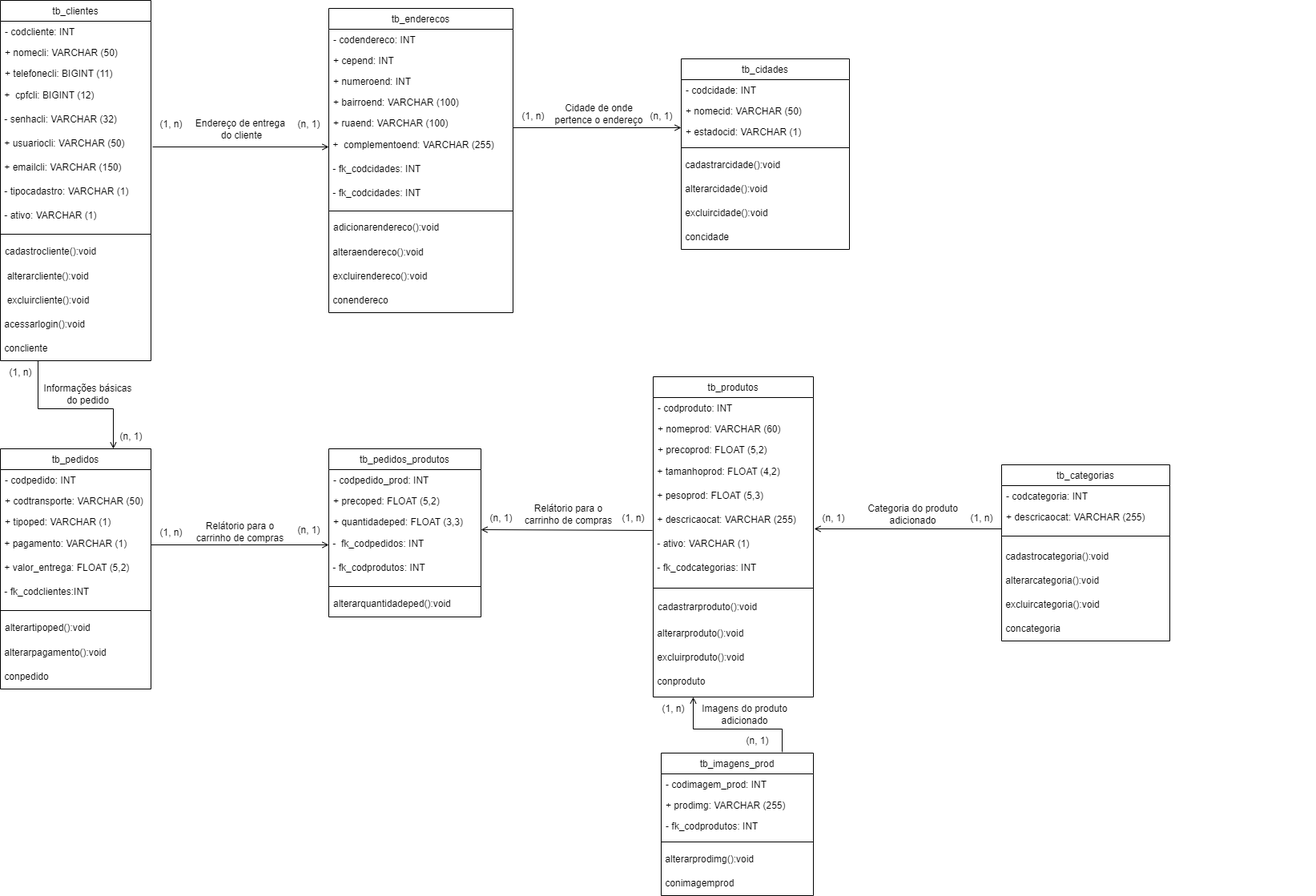
This is diagrama de classe.drawio.png from LukaPaganoti/TCC-CEEP, a draw.io export, as it was before one commit. Source tidied: cells renumbered, new cells last; positions are measured from the earlier drawing's top-left corner, leaving out a move shared by most shapes.
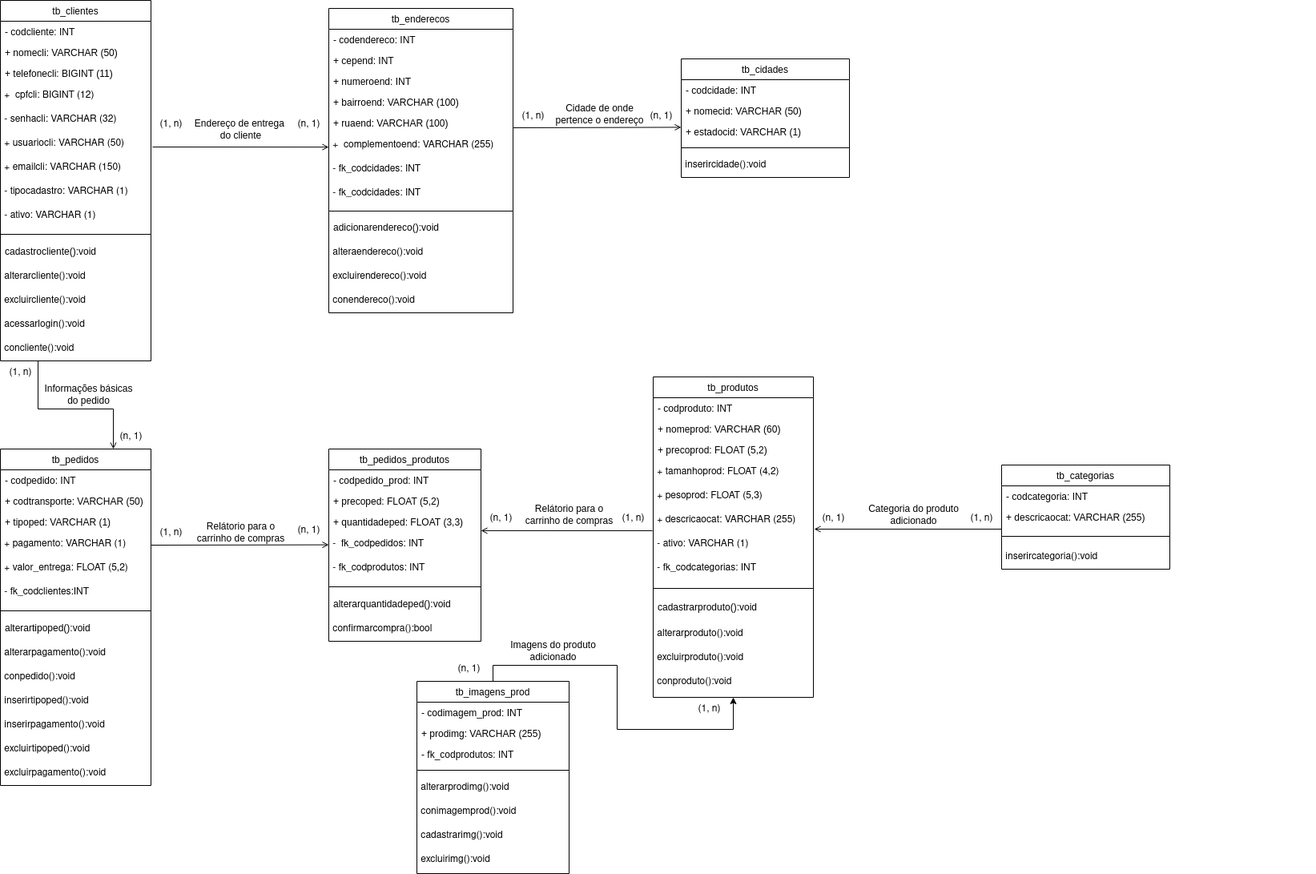
Later version of the same file.

Change to the diagram source:
```diff
@@ -38,16 +38,16 @@
     <mxCell id="13" value="cadastrocliente():void" style="text;align=left;verticalAlign=top;spacingLeft=4;spacingRight=4;overflow=hidden;fontFamily=Arial;" parent="2" vertex="1">
       <mxGeometry y="300" width="188" height="30" as="geometry" />
     </mxCell>
-    <mxCell id="14" value="&amp;nbsp; alterarcliente():void" style="text;html=1;align=left;verticalAlign=middle;strokeColor=none;fillColor=none;" parent="2" vertex="1">
+    <mxCell id="14" value="&amp;nbsp;alterarcliente():void" style="text;html=1;align=left;verticalAlign=middle;strokeColor=none;fillColor=none;" parent="2" vertex="1">
       <mxGeometry y="330" width="188" height="30" as="geometry" />
     </mxCell>
-    <mxCell id="15" value="&amp;nbsp; excluircliente():void" style="text;html=1;align=left;verticalAlign=middle;strokeColor=none;fillColor=none;" parent="2" vertex="1">
+    <mxCell id="15" value="&amp;nbsp;excluircliente():void" style="text;html=1;align=left;verticalAlign=middle;strokeColor=none;fillColor=none;" parent="2" vertex="1">
       <mxGeometry y="360" width="188" height="30" as="geometry" />
     </mxCell>
     <mxCell id="16" value="&amp;nbsp;acessarlogin():void" style="text;html=1;align=left;verticalAlign=middle;strokeColor=none;fillColor=none;" parent="2" vertex="1">
       <mxGeometry y="390" width="188" height="30" as="geometry" />
     </mxCell>
-    <mxCell id="17" value="&amp;nbsp;concliente" style="text;html=1;align=left;verticalAlign=middle;strokeColor=none;fillColor=none;" parent="2" vertex="1">
+    <mxCell id="17" value="&amp;nbsp;concliente():void" style="text;html=1;align=left;verticalAlign=middle;strokeColor=none;fillColor=none;" parent="2" vertex="1">
       <mxGeometry y="420" width="188" height="30" as="geometry" />
     </mxCell>
     <mxCell id="18" value="tb_enderecos" style="swimlane;fontStyle=0;align=center;verticalAlign=top;horizontal=1;startSize=26;rounded=0;shadow=0;strokeWidth=1;fontFamily=Arial;" parent="1" vertex="1">
@@ -89,7 +89,7 @@
     <mxCell id="30" value="&amp;nbsp;excluirendereco():void" style="text;html=1;align=left;verticalAlign=middle;strokeColor=none;fillColor=none;" parent="18" vertex="1">
       <mxGeometry y="320" width="230" height="30" as="geometry" />
     </mxCell>
-    <mxCell id="31" value="&amp;nbsp;conendereco" style="text;html=1;align=left;verticalAlign=middle;strokeColor=none;fillColor=none;" parent="18" vertex="1">
+    <mxCell id="31" value="&amp;nbsp;conendereco():void" style="text;html=1;align=left;verticalAlign=middle;strokeColor=none;fillColor=none;" parent="18" vertex="1">
       <mxGeometry y="350" width="230" height="30" as="geometry" />
     </mxCell>
     <mxCell id="32" style="endArrow=open;shadow=0;strokeWidth=1;rounded=0;endFill=1;edgeStyle=elbowEdgeStyle;elbow=vertical;fontFamily=Arial;exitX=1.011;exitY=0.633;exitDx=0;exitDy=0;exitPerimeter=0;" parent="1" edge="1" source="8" target="18">
@@ -114,7 +114,7 @@
       <mxGeometry x="360" y="140" width="50" height="30" as="geometry" />
     </mxCell>
     <mxCell id="37" value="tb_cidades" style="swimlane;fontStyle=0;align=center;verticalAlign=top;horizontal=1;startSize=26;rounded=0;shadow=0;strokeWidth=1;fontFamily=Arial;" parent="1" vertex="1">
-      <mxGeometry x="850" y="73" width="210" height="238" as="geometry" />
+      <mxGeometry x="850" y="73" width="210" height="148" as="geometry" />
     </mxCell>
     <mxCell id="38" value="- codcidade: INT" style="text;align=left;verticalAlign=top;spacingLeft=4;spacingRight=4;overflow=hidden;fontFamily=Arial;" parent="37" vertex="1">
       <mxGeometry y="26" width="210" height="26" as="geometry" />
@@ -128,18 +128,9 @@
     <mxCell id="41" style="line;html=1;strokeWidth=1;align=left;verticalAlign=middle;spacingTop=-1;spacingLeft=3;spacingRight=3;labelPosition=right;fontFamily=Arial;" parent="37" vertex="1">
       <mxGeometry y="104" width="210" height="14" as="geometry" />
     </mxCell>
-    <mxCell id="42" value="&amp;nbsp;cadastrarcidade():void" style="text;html=1;align=left;verticalAlign=middle;strokeColor=none;fillColor=none;" parent="37" vertex="1">
+    <mxCell id="42" value="&amp;nbsp;inserircidade():void" style="text;html=1;align=left;verticalAlign=middle;strokeColor=none;fillColor=none;" parent="37" vertex="1">
       <mxGeometry y="118" width="210" height="30" as="geometry" />
     </mxCell>
-    <mxCell id="43" value="&amp;nbsp;alterarcidade():void" style="text;html=1;align=left;verticalAlign=middle;strokeColor=none;fillColor=none;" parent="37" vertex="1">
-      <mxGeometry y="148" width="210" height="30" as="geometry" />
-    </mxCell>
-    <mxCell id="44" value="&amp;nbsp;excluircidade():void" style="text;html=1;align=left;verticalAlign=middle;strokeColor=none;fillColor=none;" parent="37" vertex="1">
-      <mxGeometry y="178" width="210" height="30" as="geometry" />
-    </mxCell>
-    <mxCell id="45" value="&amp;nbsp;concidade" style="text;html=1;align=left;verticalAlign=middle;strokeColor=none;fillColor=none;" parent="37" vertex="1">
-      <mxGeometry y="208" width="210" height="30" as="geometry" />
-    </mxCell>
     <mxCell id="46" value="(1, n)" style="text;html=1;align=center;verticalAlign=middle;strokeColor=none;fillColor=none;" parent="1" vertex="1">
       <mxGeometry x="640" y="130" width="50" height="30" as="geometry" />
     </mxCell>
@@ -152,7 +143,7 @@
       </mxGeometry>
     </mxCell>
     <mxCell id="49" value="tb_pedidos" style="swimlane;fontStyle=0;align=center;verticalAlign=top;horizontal=1;startSize=26;rounded=0;shadow=0;strokeWidth=1;fontFamily=Arial;" parent="1" vertex="1">
-      <mxGeometry y="560" width="188" height="300" as="geometry" />
+      <mxGeometry y="560" width="188" height="420" as="geometry" />
     </mxCell>
     <mxCell id="50" value="- codpedido: INT" style="text;align=left;verticalAlign=top;spacingLeft=4;spacingRight=4;overflow=hidden;fontFamily=Arial;" parent="49" vertex="1">
       <mxGeometry y="26" width="188" height="26" as="geometry" />
@@ -181,9 +172,21 @@
     <mxCell id="58" value="&amp;nbsp;alterarpagamento():void" style="text;html=1;align=left;verticalAlign=middle;strokeColor=none;fillColor=none;" parent="49" vertex="1">
       <mxGeometry y="240" width="188" height="30" as="geometry" />
     </mxCell>
-    <mxCell id="59" value="&amp;nbsp;conpedido" style="text;html=1;align=left;verticalAlign=middle;strokeColor=none;fillColor=none;" parent="49" vertex="1">
+    <mxCell id="59" value="&amp;nbsp;conpedido():void" style="text;html=1;align=left;verticalAlign=middle;strokeColor=none;fillColor=none;" parent="49" vertex="1">
       <mxGeometry y="270" width="188" height="30" as="geometry" />
     </mxCell>
+    <mxCell id="124" value="&lt;div align=&quot;left&quot;&gt;&amp;nbsp;inserirtipoped():void&lt;/div&gt;" style="text;html=1;align=left;verticalAlign=middle;strokeColor=none;fillColor=none;" parent="49" vertex="1">
+      <mxGeometry y="300" width="188" height="30" as="geometry" />
+    </mxCell>
+    <mxCell id="125" value="&lt;div align=&quot;left&quot;&gt;&amp;nbsp;inserirpagamento():void&lt;/div&gt;" style="text;html=1;align=left;verticalAlign=middle;strokeColor=none;fillColor=none;" parent="49" vertex="1">
+      <mxGeometry y="330" width="188" height="30" as="geometry" />
+    </mxCell>
+    <mxCell id="126" value="&lt;div align=&quot;left&quot;&gt;&amp;nbsp;excluirtipoped():void&lt;/div&gt;" style="text;html=1;align=left;verticalAlign=middle;strokeColor=none;fillColor=none;" parent="49" vertex="1">
+      <mxGeometry y="360" width="188" height="30" as="geometry" />
+    </mxCell>
+    <mxCell id="127" value="&lt;div align=&quot;left&quot;&gt;&amp;nbsp;excluirpagamento():void&lt;/div&gt;" style="text;html=1;align=left;verticalAlign=middle;strokeColor=none;fillColor=none;" parent="49" vertex="1">
+      <mxGeometry y="390" width="188" height="30" as="geometry" />
+    </mxCell>
     <mxCell id="60" style="endArrow=open;shadow=0;strokeWidth=1;rounded=0;endFill=1;edgeStyle=elbowEdgeStyle;elbow=vertical;fontFamily=Arial;entryX=0.75;entryY=0;entryDx=0;entryDy=0;exitX=0.25;exitY=1;exitDx=0;exitDy=0;" parent="1" edge="1" source="2" target="49">
       <mxGeometry x="0.5" y="41" relative="1" as="geometry">
         <Array as="points">
@@ -209,7 +212,7 @@
       <mxGeometry x="138" y="530" width="50" height="30" as="geometry" />
     </mxCell>
     <mxCell id="65" value="tb_pedidos_produtos" style="swimlane;fontStyle=0;align=center;verticalAlign=top;horizontal=1;startSize=26;rounded=0;shadow=0;strokeWidth=1;fontFamily=Arial;" parent="1" vertex="1">
-      <mxGeometry x="410" y="560" width="190" height="210" as="geometry" />
+      <mxGeometry x="410" y="560" width="190" height="240" as="geometry" />
     </mxCell>
     <mxCell id="66" value="- codpedido_prod: INT" style="text;align=left;verticalAlign=top;spacingLeft=4;spacingRight=4;overflow=hidden;fontFamily=Arial;" parent="65" vertex="1">
       <mxGeometry y="26" width="190" height="26" as="geometry" />
@@ -232,6 +235,9 @@
     <mxCell id="72" value="alterarquantidadeped():void" style="text;align=left;verticalAlign=top;spacingLeft=4;spacingRight=4;overflow=hidden;fontFamily=Arial;" parent="65" vertex="1">
       <mxGeometry y="180" width="190" height="30" as="geometry" />
     </mxCell>
+    <mxCell id="128" value="&lt;div align=&quot;left&quot;&gt;&amp;nbsp;confirmarcompra():bool&lt;/div&gt;" style="text;html=1;align=left;verticalAlign=middle;strokeColor=none;fillColor=none;" parent="65" vertex="1">
+      <mxGeometry y="210" width="190" height="30" as="geometry" />
+    </mxCell>
     <mxCell id="73" style="endArrow=open;shadow=0;strokeWidth=1;rounded=0;endFill=1;edgeStyle=elbowEdgeStyle;elbow=vertical;fontFamily=Arial;" parent="1" edge="1">
       <mxGeometry x="0.5" y="41" relative="1" as="geometry">
         <mxPoint x="188" y="680" as="sourcePoint" />
@@ -306,7 +312,7 @@
     <mxCell id="92" value="&amp;nbsp;excluirproduto():void" style="text;html=1;align=left;verticalAlign=middle;strokeColor=none;fillColor=none;" parent="80" vertex="1">
       <mxGeometry y="336" width="200" height="30" as="geometry" />
     </mxCell>
-    <mxCell id="93" value="&amp;nbsp;conproduto" style="text;html=1;align=left;verticalAlign=middle;strokeColor=none;fillColor=none;" parent="80" vertex="1">
+    <mxCell id="93" value="&amp;nbsp;conproduto():void" style="text;html=1;align=left;verticalAlign=middle;strokeColor=none;fillColor=none;" parent="80" vertex="1">
       <mxGeometry y="366" width="200" height="30" as="geometry" />
     </mxCell>
     <mxCell id="94" value="Relátorio para o&lt;br&gt;carrinho de compras" style="text;html=1;align=center;verticalAlign=middle;labelBackgroundColor=none;rounded=0;shadow=0;strokeWidth=1;fontSize=12;fontFamily=Arial;" parent="1" vertex="1">
@@ -321,7 +327,7 @@
       <mxGeometry x="765" y="632" width="50" height="30" as="geometry" />
     </mxCell>
     <mxCell id="97" value="tb_categorias" style="swimlane;fontStyle=0;align=center;verticalAlign=top;horizontal=1;startSize=26;rounded=0;shadow=0;strokeWidth=1;fontFamily=Arial;" parent="1" vertex="1">
-      <mxGeometry x="1250" y="580" width="210" height="220" as="geometry" />
+      <mxGeometry x="1250" y="580" width="210" height="130" as="geometry" />
     </mxCell>
     <mxCell id="98" value="- codcategoria: INT" style="text;align=left;verticalAlign=top;spacingLeft=4;spacingRight=4;overflow=hidden;fontFamily=Arial;" parent="97" vertex="1">
       <mxGeometry y="26" width="210" height="26" as="geometry" />
@@ -332,18 +338,9 @@
     <mxCell id="100" style="line;html=1;strokeWidth=1;align=left;verticalAlign=middle;spacingTop=-1;spacingLeft=3;spacingRight=3;labelPosition=right;fontFamily=Arial;" parent="97" vertex="1">
       <mxGeometry y="78" width="210" height="22" as="geometry" />
     </mxCell>
-    <mxCell id="101" value="&amp;nbsp;cadastrocategoria():void" style="text;html=1;align=left;verticalAlign=middle;strokeColor=none;fillColor=none;" parent="97" vertex="1">
+    <mxCell id="101" value="&amp;nbsp;inserircategoria():void" style="text;html=1;align=left;verticalAlign=middle;strokeColor=none;fillColor=none;" parent="97" vertex="1">
       <mxGeometry y="100" width="210" height="30" as="geometry" />
     </mxCell>
-    <mxCell id="102" value="&amp;nbsp;alterarcategoria():void" style="text;html=1;align=left;verticalAlign=middle;strokeColor=none;fillColor=none;" parent="97" vertex="1">
-      <mxGeometry y="130" width="210" height="30" as="geometry" />
-    </mxCell>
-    <mxCell id="103" value="&amp;nbsp;excluircategoria():void" style="text;html=1;align=left;verticalAlign=middle;strokeColor=none;fillColor=none;" parent="97" vertex="1">
-      <mxGeometry y="160" width="210" height="30" as="geometry" />
-    </mxCell>
-    <mxCell id="104" value="&amp;nbsp;concategoria" style="text;html=1;align=left;verticalAlign=middle;strokeColor=none;fillColor=none;" parent="97" vertex="1">
-      <mxGeometry y="190" width="210" height="30" as="geometry" />
-    </mxCell>
     <mxCell id="105" style="endArrow=open;shadow=0;strokeWidth=1;rounded=0;endFill=1;edgeStyle=elbowEdgeStyle;elbow=vertical;fontFamily=Arial;exitX=0;exitY=0.5;exitDx=0;exitDy=0;entryX=1.005;entryY=0.867;entryDx=0;entryDy=0;entryPerimeter=0;" parent="1" edge="1" source="99" target="86">
       <mxGeometry x="0.5" y="41" relative="1" as="geometry">
         <Array as="points">
@@ -368,21 +365,8 @@
         <mxPoint x="-1" y="1" as="offset" />
       </mxGeometry>
     </mxCell>
-    <mxCell id="110" style="endArrow=open;shadow=0;strokeWidth=1;rounded=0;endFill=1;edgeStyle=elbowEdgeStyle;elbow=vertical;fontFamily=Arial;entryX=0.25;entryY=1;entryDx=0;entryDy=0;exitX=0.795;exitY=-0.007;exitDx=0;exitDy=0;exitPerimeter=0;" parent="1" edge="1" source="112" target="80">
-      <mxGeometry x="0.5" y="41" relative="1" as="geometry">
-        <Array as="points">
-          <mxPoint x="920" y="910" />
-        </Array>
-        <mxPoint x="-40" y="32" as="offset" />
-      </mxGeometry>
-    </mxCell>
-    <mxCell id="111" style="align=left;verticalAlign=bottom;labelBackgroundColor=none;fontSize=12;fontFamily=Arial;" parent="110" vertex="1">
-      <mxGeometry x="-1" relative="1" as="geometry">
-        <mxPoint x="392" y="-11" as="offset" />
-      </mxGeometry>
-    </mxCell>
     <mxCell id="112" value="tb_imagens_prod" style="swimlane;fontStyle=0;align=center;verticalAlign=top;horizontal=1;startSize=26;rounded=0;shadow=0;strokeWidth=1;fontFamily=Arial;" parent="1" vertex="1">
-      <mxGeometry x="825" y="940" width="190" height="178" as="geometry" />
+      <mxGeometry x="520" y="850" width="190" height="240" as="geometry" />
     </mxCell>
     <mxCell id="113" value="- codimagem_prod: INT" style="text;align=left;verticalAlign=top;spacingLeft=4;spacingRight=4;overflow=hidden;fontFamily=Arial;" parent="112" vertex="1">
       <mxGeometry y="26" width="190" height="26" as="geometry" />
@@ -399,19 +383,25 @@
     <mxCell id="117" value="&amp;nbsp;alterarprodimg():void" style="text;html=1;align=left;verticalAlign=middle;strokeColor=none;fillColor=none;" parent="112" vertex="1">
       <mxGeometry y="118" width="190" height="30" as="geometry" />
     </mxCell>
-    <mxCell id="118" value="&amp;nbsp;conimagemprod" style="text;html=1;align=left;verticalAlign=middle;strokeColor=none;fillColor=none;" parent="112" vertex="1">
+    <mxCell id="118" value="&amp;nbsp;conimagemprod():void" style="text;html=1;align=left;verticalAlign=middle;strokeColor=none;fillColor=none;" parent="112" vertex="1">
       <mxGeometry y="148" width="190" height="30" as="geometry" />
     </mxCell>
+    <mxCell id="129" value="&lt;div align=&quot;left&quot;&gt;&amp;nbsp;cadastrarimg():void&lt;/div&gt;" style="text;html=1;align=left;verticalAlign=middle;strokeColor=none;fillColor=none;" parent="112" vertex="1">
+      <mxGeometry y="178" width="190" height="30" as="geometry" />
+    </mxCell>
+    <mxCell id="130" value="&lt;div align=&quot;left&quot;&gt;&amp;nbsp;excluirimg():void&lt;/div&gt;" style="text;html=1;align=left;verticalAlign=middle;strokeColor=none;fillColor=none;" parent="112" vertex="1">
+      <mxGeometry y="208" width="190" height="30" as="geometry" />
+    </mxCell>
     <mxCell id="119" value="Imagens do produto&lt;br&gt;adicionado" style="text;html=1;align=center;verticalAlign=middle;labelBackgroundColor=none;rounded=0;shadow=0;strokeWidth=1;fontSize=12;fontFamily=Arial;" parent="1" vertex="1">
-      <mxGeometry x="930" y="890" as="geometry">
+      <mxGeometry x="690" y="810" as="geometry">
         <mxPoint x="-1" y="1" as="offset" />
       </mxGeometry>
     </mxCell>
     <mxCell id="120" value="(n, 1)" style="text;html=1;align=center;verticalAlign=middle;strokeColor=none;fillColor=none;" parent="1" vertex="1">
-      <mxGeometry x="920" y="910" width="50" height="30" as="geometry" />
+      <mxGeometry x="560" y="820" width="50" height="30" as="geometry" />
     </mxCell>
     <mxCell id="121" value="(1, n)" style="text;html=1;align=center;verticalAlign=middle;strokeColor=none;fillColor=none;" parent="1" vertex="1">
-      <mxGeometry x="815" y="870" width="50" height="30" as="geometry" />
+      <mxGeometry x="860" y="870" width="50" height="30" as="geometry" />
     </mxCell>
     <mxCell id="122" style="endArrow=open;shadow=0;strokeWidth=1;rounded=0;endFill=1;edgeStyle=elbowEdgeStyle;elbow=vertical;fontFamily=Arial;exitX=-0.005;exitY=0.933;exitDx=0;exitDy=0;exitPerimeter=0;" parent="1" edge="1" source="86">
       <mxGeometry x="0.5" y="41" relative="1" as="geometry">
@@ -424,5 +414,15 @@
         <mxPoint x="392" y="-11" as="offset" />
       </mxGeometry>
     </mxCell>
+    <mxCell id="110" style="endArrow=classic;html=1;rounded=0;exitX=0.5;exitY=0;exitDx=0;exitDy=0;entryX=0.5;entryY=1;entryDx=0;entryDy=0;" parent="1" edge="1" source="112" target="80">
+      <mxGeometry relative="1" as="geometry">
+        <Array as="points">
+          <mxPoint x="615" y="830" />
+          <mxPoint x="770" y="830" />
+          <mxPoint x="770" y="910" />
+          <mxPoint x="915" y="910" />
+        </Array>
+      </mxGeometry>
+    </mxCell>
   </root>
 </mxGraphModel>
```
